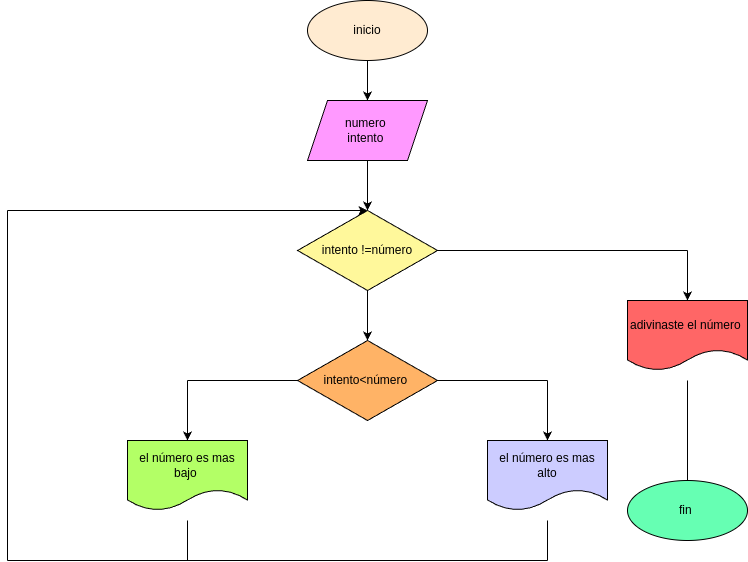
Earlier version of the draw.io export ejercicio_3/diagrama.png (leidyalvrez/Ejercicio_practica_while). Source tidied: cells renumbered, new cells last; positions are measured from the earlier drawing's top-left corner, leaving out a move shared by most shapes.
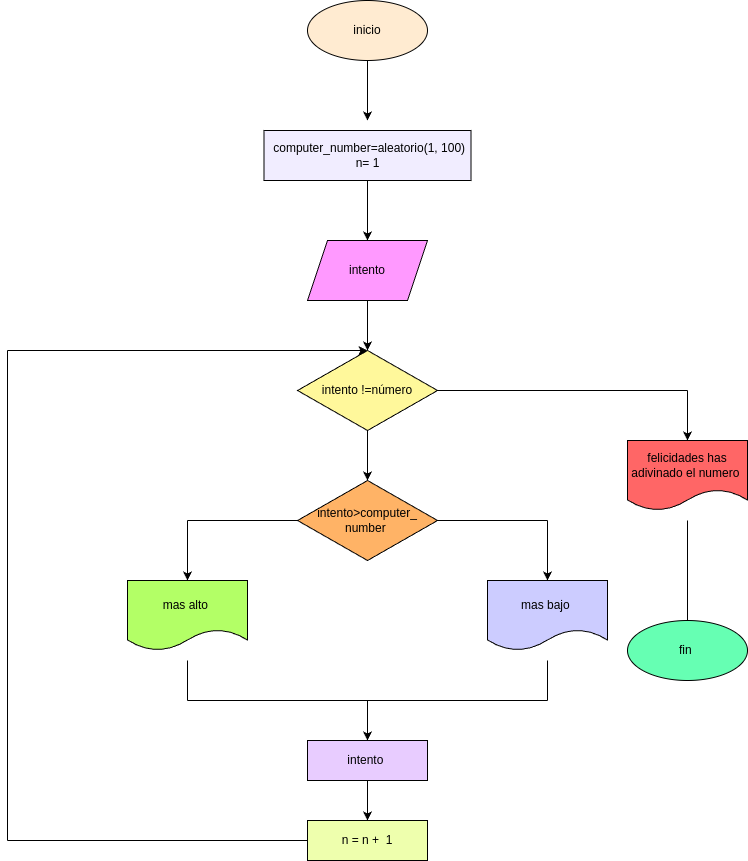
The same file after the commit.

Change to the diagram source:
```diff
@@ -4,18 +4,18 @@
     <mxCell id="1" parent="0" />
     <mxCell id="2" style="edgeStyle=none;html=1;" parent="1" edge="1" source="3">
       <mxGeometry relative="1" as="geometry">
-        <mxPoint x="360" y="100" as="targetPoint" />
+        <mxPoint x="360" y="-20" as="targetPoint" />
       </mxGeometry>
     </mxCell>
     <mxCell id="3" value="inicio" style="ellipse;whiteSpace=wrap;html=1;fillColor=#FFEBD1;" parent="1" vertex="1">
-      <mxGeometry x="300" width="120" height="60" as="geometry" />
+      <mxGeometry x="300" y="-140" width="120" height="60" as="geometry" />
     </mxCell>
     <mxCell id="4" style="edgeStyle=none;html=1;" parent="1" edge="1" source="5">
       <mxGeometry relative="1" as="geometry">
         <mxPoint x="360" y="210" as="targetPoint" />
       </mxGeometry>
     </mxCell>
-    <mxCell id="5" value="numero&amp;nbsp;&lt;div&gt;intento&amp;nbsp;&lt;/div&gt;" style="shape=parallelogram;perimeter=parallelogramPerimeter;whiteSpace=wrap;html=1;fixedSize=1;fillColor=#FF99FF;" parent="1" vertex="1">
+    <mxCell id="5" value="intento" style="shape=parallelogram;perimeter=parallelogramPerimeter;whiteSpace=wrap;html=1;fixedSize=1;fillColor=#FF99FF;" parent="1" vertex="1">
       <mxGeometry x="300" y="100" width="120" height="60" as="geometry" />
     </mxCell>
     <mxCell id="6" style="edgeStyle=none;html=1;" parent="1" edge="1" source="7">
@@ -26,7 +26,7 @@
     <mxCell id="7" value="intento !=número" style="rhombus;whiteSpace=wrap;html=1;fillColor=#FFF89B;" parent="1" vertex="1">
       <mxGeometry x="290" y="210" width="140" height="80" as="geometry" />
     </mxCell>
-    <mxCell id="8" value="intento&amp;lt;número&amp;nbsp;" style="rhombus;whiteSpace=wrap;html=1;fillColor=#FFB366;" parent="1" vertex="1">
+    <mxCell id="8" value="intento&amp;gt;computer_&lt;div&gt;number&amp;nbsp;&lt;/div&gt;" style="rhombus;whiteSpace=wrap;html=1;fillColor=#FFB366;" parent="1" vertex="1">
       <mxGeometry x="290" y="340" width="140" height="80" as="geometry" />
     </mxCell>
     <mxCell id="9" style="endArrow=none;html=1;entryX=0;entryY=0.5;entryDx=0;entryDy=0;" parent="1" edge="1" target="8">
@@ -51,10 +51,10 @@
         <mxPoint x="540" y="440" as="targetPoint" />
       </mxGeometry>
     </mxCell>
-    <mxCell id="13" value="el número es mas bajo&amp;nbsp;" style="shape=document;whiteSpace=wrap;html=1;boundedLbl=1;fillColor=#B3FF66;" parent="1" vertex="1">
+    <mxCell id="13" value="mas alto&amp;nbsp;" style="shape=document;whiteSpace=wrap;html=1;boundedLbl=1;fillColor=#B3FF66;" parent="1" vertex="1">
       <mxGeometry x="120" y="440" width="120" height="70" as="geometry" />
     </mxCell>
-    <mxCell id="14" value="el número es mas alto" style="shape=document;whiteSpace=wrap;html=1;boundedLbl=1;fillColor=#CCCCFF;" parent="1" vertex="1">
+    <mxCell id="14" value="mas bajo&amp;nbsp;" style="shape=document;whiteSpace=wrap;html=1;boundedLbl=1;fillColor=#CCCCFF;" parent="1" vertex="1">
       <mxGeometry x="480" y="440" width="120" height="70" as="geometry" />
     </mxCell>
     <mxCell id="15" style="endArrow=none;html=1;" parent="1" edge="1">
@@ -63,15 +63,9 @@
         <mxPoint x="540" y="520" as="targetPoint" />
       </mxGeometry>
     </mxCell>
-    <mxCell id="16" style="endArrow=none;html=1;" parent="1" edge="1">
-      <mxGeometry relative="1" as="geometry">
-        <mxPoint y="560" as="sourcePoint" />
-        <mxPoint x="540" y="560" as="targetPoint" />
-      </mxGeometry>
-    </mxCell>
     <mxCell id="17" style="endArrow=none;html=1;" parent="1" edge="1">
       <mxGeometry relative="1" as="geometry">
-        <mxPoint y="560" as="sourcePoint" />
+        <mxPoint y="700" as="sourcePoint" />
         <mxPoint y="210" as="targetPoint" />
       </mxGeometry>
     </mxCell>
@@ -85,7 +79,7 @@
         <mxPoint x="680" y="250" as="targetPoint" />
       </mxGeometry>
     </mxCell>
-    <mxCell id="20" value="adivinaste el número&amp;nbsp;" style="shape=document;whiteSpace=wrap;html=1;boundedLbl=1;fillColor=#FF6666;" parent="1" vertex="1">
+    <mxCell id="20" value="felicidades has adivinado el numero&amp;nbsp;" style="shape=document;whiteSpace=wrap;html=1;boundedLbl=1;fillColor=#FF6666;" parent="1" vertex="1">
       <mxGeometry x="620" y="300" width="120" height="70" as="geometry" />
     </mxCell>
     <mxCell id="21" style="endArrow=classic;html=1;" parent="1" edge="1">
@@ -109,5 +103,39 @@
         <mxPoint x="180" y="520" as="targetPoint" />
       </mxGeometry>
     </mxCell>
+    <mxCell id="25" style="edgeStyle=none;html=1;exitX=0.5;exitY=1;exitDx=0;exitDy=0;" parent="1" edge="1" source="26" target="5">
+      <mxGeometry relative="1" as="geometry" />
+    </mxCell>
+    <mxCell id="26" value="&amp;nbsp;computer_number=aleatorio(1, 100)&lt;div&gt;n= 1&lt;/div&gt;" style="rounded=0;whiteSpace=wrap;html=1;fillColor=#F1EDFF;" parent="1" vertex="1">
+      <mxGeometry x="256.5" y="-10" width="207" height="50" as="geometry" />
+    </mxCell>
+    <mxCell id="27" style="endArrow=none;html=1;" parent="1" edge="1">
+      <mxGeometry relative="1" as="geometry">
+        <mxPoint x="180" y="560" as="sourcePoint" />
+        <mxPoint x="540" y="560" as="targetPoint" />
+      </mxGeometry>
+    </mxCell>
+    <mxCell id="28" style="endArrow=classic;html=1;" parent="1" edge="1">
+      <mxGeometry relative="1" as="geometry">
+        <mxPoint x="360" y="560" as="sourcePoint" />
+        <mxPoint x="360" y="600" as="targetPoint" />
+      </mxGeometry>
+    </mxCell>
+    <mxCell id="29" style="edgeStyle=none;html=1;" parent="1" edge="1" source="30">
+      <mxGeometry relative="1" as="geometry">
+        <mxPoint x="360" y="680" as="targetPoint" />
+      </mxGeometry>
+    </mxCell>
+    <mxCell id="30" value="intento&amp;nbsp;" style="rounded=0;whiteSpace=wrap;html=1;fillColor=#E8CCFF;" parent="1" vertex="1">
+      <mxGeometry x="300" y="600" width="120" height="40" as="geometry" />
+    </mxCell>
+    <mxCell id="31" value="n = n +&amp;nbsp; 1" style="rounded=0;whiteSpace=wrap;html=1;fillColor=#EEFFAD;" parent="1" vertex="1">
+      <mxGeometry x="300" y="680" width="120" height="40" as="geometry" />
+    </mxCell>
+    <mxCell id="32" style="endArrow=none;html=1;entryX=0;entryY=0.5;entryDx=0;entryDy=0;" parent="1" edge="1" target="31">
+      <mxGeometry relative="1" as="geometry">
+        <mxPoint y="700" as="sourcePoint" />
+      </mxGeometry>
+    </mxCell>
   </root>
 </mxGraphModel>
```
